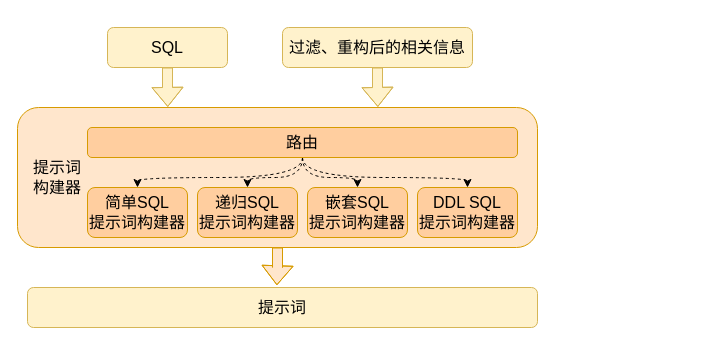
The draw.io diagram drawioFile/promptBuilder.drawio in Olive-2019/drawio-source, before the edit. Source tidied: cells renumbered, new cells numbered last; positions are measured from the earlier drawing's top-left corner, leaving out a move shared by most shapes. Both pictures are drawn from the tidied source at 100%, with x=0, y=0 at pixel (17, 27).
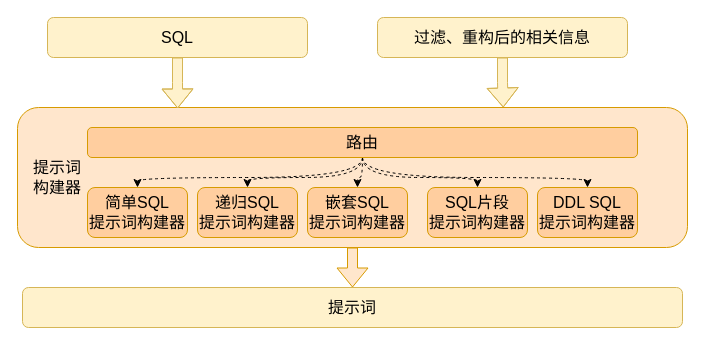
Above is the later version.

The edit, as a diff of the source:
```diff
@@
     <mxCell id="2" style="rounded=1;whiteSpace=wrap;html=1;fillColor=#ffe6cc;strokeColor=#d79b00;" parent="1" vertex="1">
-      <mxGeometry y="80" width="520" height="140" as="geometry" />
+      <mxGeometry y="80" width="670" height="140" as="geometry" />
     </mxCell>
     <mxCell id="3" value="SQL" style="rounded=1;whiteSpace=wrap;html=1;fontSize=16;fillColor=#fff2cc;strokeColor=#d6b656;" parent="1" vertex="1">
-      <mxGeometry x="90" width="120" height="40" as="geometry" />
+      <mxGeometry x="30" y="-10" width="260" height="40" as="geometry" />
     </mxCell>
@@
     <mxCell id="6" value="DDL SQL&lt;div&gt;提示词构建器&lt;/div&gt;" style="rounded=1;whiteSpace=wrap;html=1;fontSize=16;fillColor=#FFCE9F;strokeColor=#d79b00;" parent="1" vertex="1">
-      <mxGeometry x="400" y="160" width="100" height="50" as="geometry" />
+      <mxGeometry x="520" y="160" width="100" height="50" as="geometry" />
     </mxCell>
@@
+    <mxCell id="19" style="edgeStyle=orthogonalEdgeStyle;rounded=0;jettySize=auto;html=1;entryX=0.5;entryY=0;entryDx=0;entryDy=0;curved=1;dashed=1;" parent="1" edge="1" source="12" target="20">
+      <mxGeometry relative="1" as="geometry" />
+    </mxCell>
     <mxCell id="12" value="路由" style="rounded=1;whiteSpace=wrap;html=1;fontSize=16;fillColor=#FFCE9F;strokeColor=#d79b00;" parent="1" vertex="1">
-      <mxGeometry x="70" y="100" width="430" height="30" as="geometry" />
+      <mxGeometry x="70" y="100" width="550" height="30" as="geometry" />
     </mxCell>
     <mxCell id="13" value="过滤、重构后的相关信息" style="rounded=1;whiteSpace=wrap;html=1;fontSize=16;fillColor=#fff2cc;strokeColor=#d6b656;" parent="1" vertex="1">
-      <mxGeometry x="265" width="190" height="40" as="geometry" />
+      <mxGeometry x="360" y="-10" width="250" height="40" as="geometry" />
     </mxCell>
@@
-    <mxCell id="15" style="edgeStyle=orthogonalEdgeStyle;rounded=0;jettySize=auto;html=1;entryX=0.289;entryY=-0.004;entryDx=0;entryDy=0;entryPerimeter=0;shape=flexArrow;fillColor=#fff2cc;strokeColor=#d6b656;" parent="1" edge="1" source="3" target="2">
+    <mxCell id="15" style="edgeStyle=orthogonalEdgeStyle;rounded=0;jettySize=auto;html=1;entryX=0.239;entryY=0.007;entryDx=0;entryDy=0;entryPerimeter=0;shape=flexArrow;fillColor=#fff2cc;strokeColor=#d6b656;" parent="1" edge="1" source="3" target="2">
       <mxGeometry relative="1" as="geometry" />
     </mxCell>
-    <mxCell id="16" style="edgeStyle=orthogonalEdgeStyle;rounded=0;jettySize=auto;html=1;entryX=0.693;entryY=-0.004;entryDx=0;entryDy=0;entryPerimeter=0;shape=flexArrow;fillColor=#fff2cc;strokeColor=#d6b656;" parent="1" edge="1" source="13" target="2">
+    <mxCell id="16" style="edgeStyle=orthogonalEdgeStyle;rounded=0;jettySize=auto;html=1;entryX=0.725;entryY=0;entryDx=0;entryDy=0;entryPerimeter=0;shape=flexArrow;fillColor=#fff2cc;strokeColor=#d6b656;" parent="1" edge="1" source="13" target="2">
       <mxGeometry relative="1" as="geometry" />
     </mxCell>
     <mxCell id="17" value="提示词" style="rounded=1;whiteSpace=wrap;html=1;fontSize=16;fillColor=#fff2cc;strokeColor=#d6b656;" parent="1" vertex="1">
-      <mxGeometry x="10" y="260" width="510" height="40" as="geometry" />
+      <mxGeometry x="5" y="260" width="660" height="40" as="geometry" />
     </mxCell>
-    <mxCell id="18" style="edgeStyle=orthogonalEdgeStyle;rounded=0;jettySize=auto;html=1;entryX=0.489;entryY=-0.056;entryDx=0;entryDy=0;entryPerimeter=0;shape=flexArrow;fillColor=#ffe6cc;strokeColor=#d79b00;" parent="1" edge="1" source="2" target="17">
+    <mxCell id="18" style="edgeStyle=orthogonalEdgeStyle;rounded=0;jettySize=auto;html=1;entryX=0.5;entryY=0;entryDx=0;entryDy=0;shape=flexArrow;fillColor=#ffe6cc;strokeColor=#d79b00;" parent="1" edge="1" source="2" target="17">
       <mxGeometry relative="1" as="geometry" />
     </mxCell>
+    <mxCell id="20" value="SQL片段&lt;div&gt;提示词构建器&lt;/div&gt;" style="rounded=1;whiteSpace=wrap;html=1;fontSize=16;fillColor=#FFCE9F;strokeColor=#d79b00;" parent="1" vertex="1">
+      <mxGeometry x="410" y="160" width="100" height="50" as="geometry" />
+    </mxCell>
```
